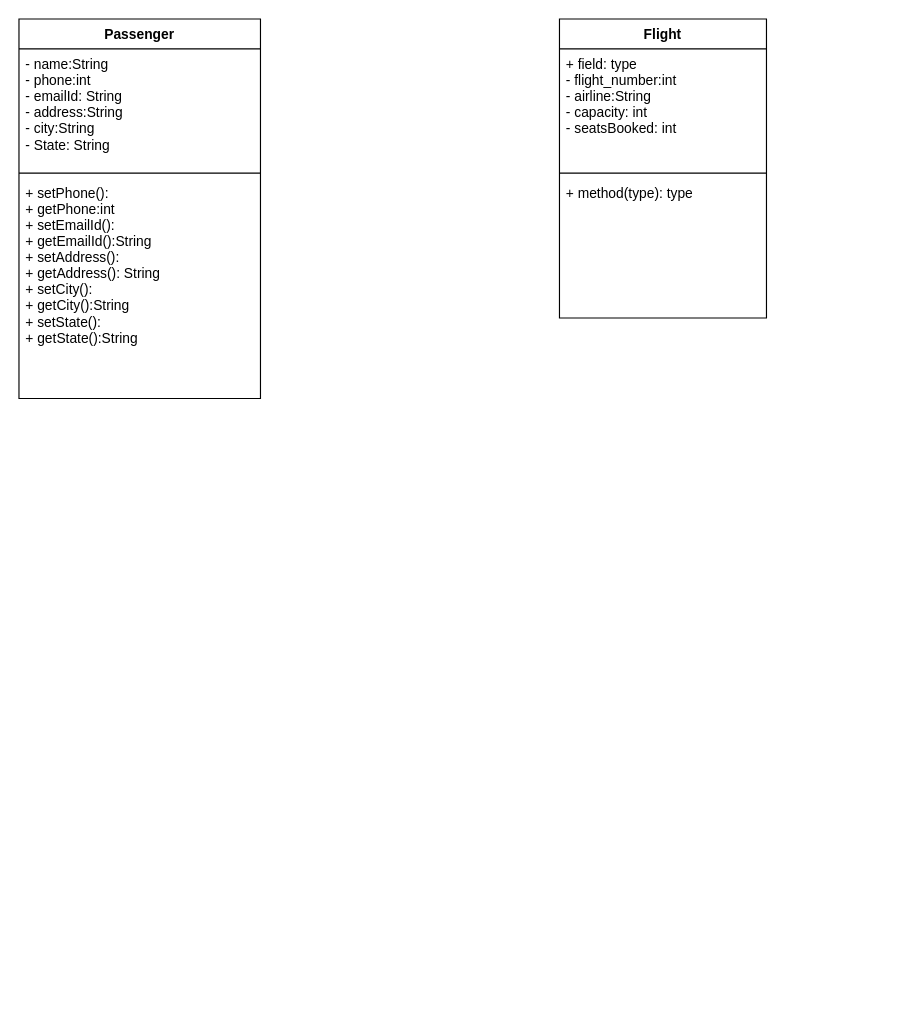
This is FRS.drawio from dhirendralive9/Flight-Reservation-System, a draw.io file, before an edit. Source tidied: cells renumbered, new cells numbered last; positions are measured from the earlier drawing's top-left corner, leaving out a move shared by most shapes. Both pictures are drawn from the tidied source at 115%, with x=0, y=0 at pixel (18, 18).
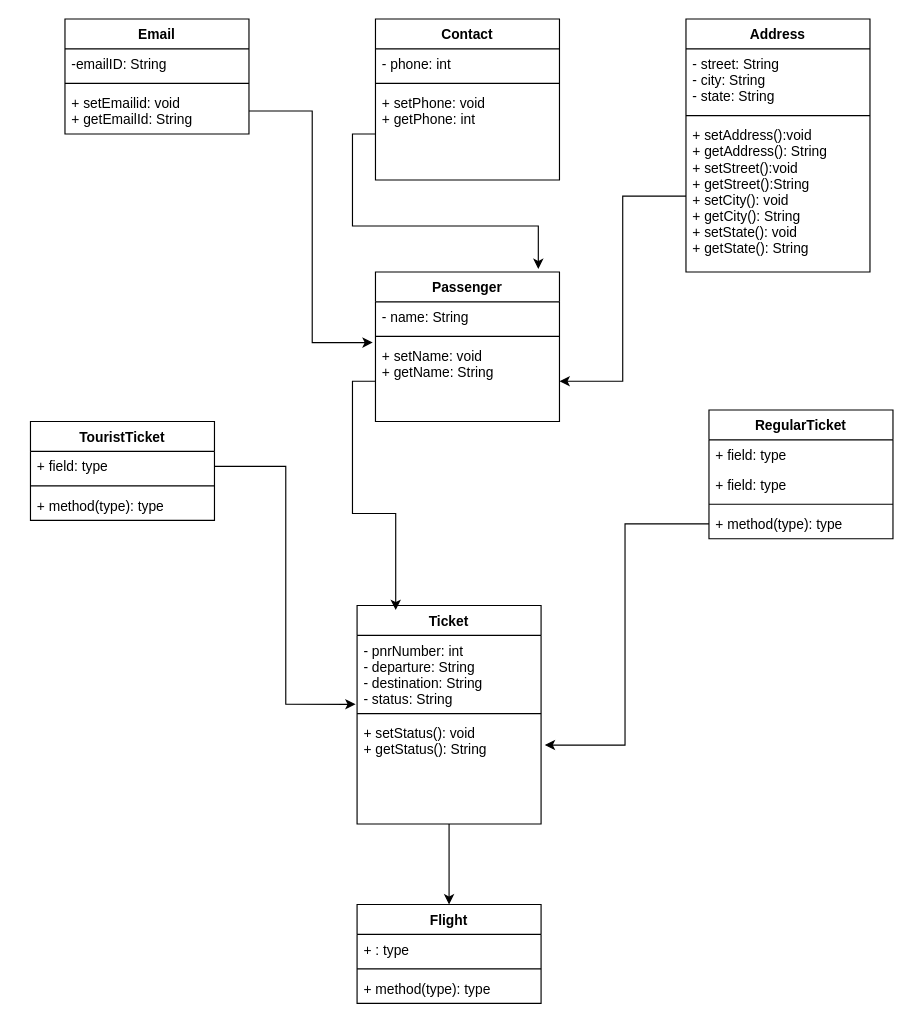
After the change.

What changed in the source:
```diff
@@
-    <mxCell id="2" value="Passenger" style="swimlane;fontStyle=1;align=center;verticalAlign=top;horizontal=1;startSize=26;strokeColor=default;" parent="1" vertex="1">
-      <mxGeometry width="210" height="330" as="geometry" />
+    <mxCell id="2" value="Passenger" style="swimlane;fontStyle=1;align=center;verticalAlign=top;horizontal=1;startSize=26;" parent="1" vertex="1">
+      <mxGeometry x="310" y="220" width="160" height="130" as="geometry" />
     </mxCell>
-    <mxCell id="3" value="- name:String&#10;- phone:int&#10;- emailId: String&#10;- address:String&#10;- city:String&#10;- State: String&#10;" style="text;strokeColor=none;fillColor=none;align=left;verticalAlign=top;spacingLeft=4;spacingRight=4;overflow=hidden;" parent="2" vertex="1">
-      <mxGeometry y="26" width="210" height="104" as="geometry" />
-    </mxCell>
-    <mxCell id="4" style="line;strokeWidth=1;fillColor=none;align=left;verticalAlign=middle;spacingTop=-1;spacingLeft=3;spacingRight=3;labelPosition=right;" parent="2" vertex="1">
-      <mxGeometry y="130" width="210" height="8" as="geometry" />
-    </mxCell>
-    <mxCell id="5" value="+ setPhone():&#10;+ getPhone:int&#10;+ setEmailId():&#10;+ getEmailId():String&#10;+ setAddress():&#10;+ getAddress(): String&#10;+ setCity():&#10;+ getCity():String&#10;+ setState():&#10;+ getState():String&#10;&#10;&#10;&#10;" style="text;strokeColor=none;fillColor=none;align=left;verticalAlign=top;spacingLeft=4;spacingRight=4;overflow=hidden;" parent="2" vertex="1">
-      <mxGeometry y="138" width="210" height="192" as="geometry" />
-    </mxCell>
+    <mxCell id="10" value="- name: String" style="text;strokeColor=none;fillColor=none;align=left;verticalAlign=top;spacingLeft=4;spacingRight=4;overflow=hidden;" parent="2" vertex="1">
+      <mxGeometry y="26" width="160" height="26" as="geometry" />
+    </mxCell>
+    <mxCell id="11" style="line;strokeWidth=1;fillColor=none;align=left;verticalAlign=middle;spacingTop=-1;spacingLeft=3;spacingRight=3;labelPosition=right;" parent="2" vertex="1">
+      <mxGeometry y="52" width="160" height="8" as="geometry" />
+    </mxCell>
+    <mxCell id="12" value="+ setName: void&#10;+ getName: String&#10;" style="text;strokeColor=none;fillColor=none;align=left;verticalAlign=top;spacingLeft=4;spacingRight=4;overflow=hidden;points=[[0,0.5],[1,0.5]];portConstraint=eastwest;" parent="2" vertex="1">
+      <mxGeometry y="60" width="160" height="70" as="geometry" />
+    </mxCell>
+    <mxCell id="13" value="Contact" style="swimlane;fontStyle=1;align=center;verticalAlign=top;horizontal=1;startSize=26;" parent="1" vertex="1">
+      <mxGeometry x="310" width="160" height="140" as="geometry" />
+    </mxCell>
+    <mxCell id="14" value="- phone: int" style="text;strokeColor=none;fillColor=none;align=left;verticalAlign=top;spacingLeft=4;spacingRight=4;overflow=hidden;" parent="13" vertex="1">
+      <mxGeometry y="26" width="160" height="26" as="geometry" />
+    </mxCell>
+    <mxCell id="15" style="line;strokeWidth=1;fillColor=none;align=left;verticalAlign=middle;spacingTop=-1;spacingLeft=3;spacingRight=3;labelPosition=right;" parent="13" vertex="1">
+      <mxGeometry y="52" width="160" height="8" as="geometry" />
+    </mxCell>
+    <mxCell id="16" value="+ setPhone: void&#10;+ getPhone: int&#10;" style="text;strokeColor=none;fillColor=none;align=left;verticalAlign=top;spacingLeft=4;spacingRight=4;overflow=hidden;points=[[0,0.5],[1,0.5]];portConstraint=eastwest;" parent="13" vertex="1">
+      <mxGeometry y="60" width="160" height="80" as="geometry" />
+    </mxCell>
+    <mxCell id="17" value="Email" style="swimlane;fontStyle=1;align=center;verticalAlign=top;horizontal=1;startSize=26;" parent="1" vertex="1">
+      <mxGeometry x="40" width="160" height="100" as="geometry" />
+    </mxCell>
+    <mxCell id="18" value="-emailID: String" style="text;strokeColor=none;fillColor=none;align=left;verticalAlign=top;spacingLeft=4;spacingRight=4;overflow=hidden;" parent="17" vertex="1">
+      <mxGeometry y="26" width="160" height="26" as="geometry" />
+    </mxCell>
+    <mxCell id="19" style="line;strokeWidth=1;fillColor=none;align=left;verticalAlign=middle;spacingTop=-1;spacingLeft=3;spacingRight=3;labelPosition=right;" parent="17" vertex="1">
+      <mxGeometry y="52" width="160" height="8" as="geometry" />
+    </mxCell>
+    <mxCell id="20" value="+ setEmailid: void&#10;+ getEmailId: String" style="text;strokeColor=none;fillColor=none;align=left;verticalAlign=top;spacingLeft=4;spacingRight=4;overflow=hidden;points=[[0,0.5],[1,0.5]];portConstraint=eastwest;" parent="17" vertex="1">
+      <mxGeometry y="60" width="160" height="40" as="geometry" />
+    </mxCell>
-    <mxCell id="6" value="Flight" style="swimlane;fontStyle=1;align=center;verticalAlign=top;horizontal=1;startSize=26;strokeColor=default;" parent="1" vertex="1">
-      <mxGeometry x="470" width="180" height="260" as="geometry" />
+    <mxCell id="6" value="Flight" style="swimlane;fontStyle=1;align=center;verticalAlign=top;horizontal=1;startSize=26;" parent="1" vertex="1">
+      <mxGeometry x="294" y="770" width="160" height="86" as="geometry" />
     </mxCell>
-    <mxCell id="7" value="+ field: type&#10;- flight_number:int&#10;- airline:String&#10;- capacity: int&#10;- seatsBooked: int&#10;&#10;" style="text;strokeColor=none;fillColor=none;align=left;verticalAlign=top;spacingLeft=4;spacingRight=4;overflow=hidden;" parent="6" vertex="1">
-      <mxGeometry y="26" width="180" height="104" as="geometry" />
-    </mxCell>
-    <mxCell id="8" style="line;strokeWidth=1;fillColor=none;align=left;verticalAlign=middle;spacingTop=-1;spacingLeft=3;spacingRight=3;labelPosition=right;" parent="6" vertex="1">
-      <mxGeometry y="130" width="180" height="8" as="geometry" />
-    </mxCell>
-    <mxCell id="9" value="+ method(type): type&#10;" style="text;strokeColor=none;fillColor=none;align=left;verticalAlign=top;spacingLeft=4;spacingRight=4;overflow=hidden;" parent="6" vertex="1">
-      <mxGeometry y="138" width="180" height="122" as="geometry" />
-    </mxCell>
+    <mxCell id="21" value="+ : type" style="text;strokeColor=none;fillColor=none;align=left;verticalAlign=top;spacingLeft=4;spacingRight=4;overflow=hidden;" parent="6" vertex="1">
+      <mxGeometry y="26" width="160" height="26" as="geometry" />
+    </mxCell>
+    <mxCell id="22" style="line;strokeWidth=1;fillColor=none;align=left;verticalAlign=middle;spacingTop=-1;spacingLeft=3;spacingRight=3;labelPosition=right;" parent="6" vertex="1">
+      <mxGeometry y="52" width="160" height="8" as="geometry" />
+    </mxCell>
+    <mxCell id="23" value="+ method(type): type" style="text;strokeColor=none;fillColor=none;align=left;verticalAlign=top;spacingLeft=4;spacingRight=4;overflow=hidden;" parent="6" vertex="1">
+      <mxGeometry y="60" width="160" height="26" as="geometry" />
+    </mxCell>
+    <mxCell id="24" style="edgeStyle=orthogonalEdgeStyle;rounded=0;jettySize=auto;html=1;" parent="1" edge="1" source="25" target="6">
+      <mxGeometry relative="1" as="geometry" />
+    </mxCell>
+    <mxCell id="25" value="Ticket" style="swimlane;fontStyle=1;align=center;verticalAlign=top;horizontal=1;startSize=26;" parent="1" vertex="1">
+      <mxGeometry x="294" y="510" width="160" height="190" as="geometry" />
+    </mxCell>
+    <mxCell id="26" value="- pnrNumber: int&#10;- departure: String&#10;- destination: String&#10;- status: String&#10;" style="text;strokeColor=none;fillColor=none;align=left;verticalAlign=top;spacingLeft=4;spacingRight=4;overflow=hidden;" parent="25" vertex="1">
+      <mxGeometry y="26" width="160" height="64" as="geometry" />
+    </mxCell>
+    <mxCell id="27" style="line;strokeWidth=1;fillColor=none;align=left;verticalAlign=middle;spacingTop=-1;spacingLeft=3;spacingRight=3;labelPosition=right;" parent="25" vertex="1">
+      <mxGeometry y="90" width="160" height="8" as="geometry" />
+    </mxCell>
+    <mxCell id="28" value="+ setStatus(): void&#10;+ getStatus(): String&#10;&#10;&#10;" style="text;strokeColor=none;fillColor=none;align=left;verticalAlign=top;spacingLeft=4;spacingRight=4;overflow=hidden;points=[[0,0.5],[1,0.5]];portConstraint=eastwest;" parent="25" vertex="1">
+      <mxGeometry y="98" width="160" height="92" as="geometry" />
+    </mxCell>
+    <mxCell id="29" value="RegularTicket" style="swimlane;fontStyle=1;align=center;verticalAlign=top;horizontal=1;startSize=26;" parent="1" vertex="1">
+      <mxGeometry x="600" y="340" width="160" height="112" as="geometry" />
+    </mxCell>
+    <mxCell id="30" value="+ field: type" style="text;strokeColor=none;fillColor=none;align=left;verticalAlign=top;spacingLeft=4;spacingRight=4;overflow=hidden;" parent="29" vertex="1">
+      <mxGeometry y="26" width="160" height="26" as="geometry" />
+    </mxCell>
+    <mxCell id="31" value="+ field: type" style="text;strokeColor=none;fillColor=none;align=left;verticalAlign=top;spacingLeft=4;spacingRight=4;overflow=hidden;" parent="29" vertex="1">
+      <mxGeometry y="52" width="160" height="26" as="geometry" />
+    </mxCell>
+    <mxCell id="32" style="line;strokeWidth=1;fillColor=none;align=left;verticalAlign=middle;spacingTop=-1;spacingLeft=3;spacingRight=3;labelPosition=right;" parent="29" vertex="1">
+      <mxGeometry y="78" width="160" height="8" as="geometry" />
+    </mxCell>
+    <mxCell id="33" value="+ method(type): type" style="text;strokeColor=none;fillColor=none;align=left;verticalAlign=top;spacingLeft=4;spacingRight=4;overflow=hidden;points=[[0,0.5],[1,0.5]];portConstraint=eastwest;" parent="29" vertex="1">
+      <mxGeometry y="86" width="160" height="26" as="geometry" />
+    </mxCell>
+    <mxCell id="34" value="TouristTicket" style="swimlane;fontStyle=1;align=center;verticalAlign=top;horizontal=1;startSize=26;" parent="1" vertex="1">
+      <mxGeometry x="10" y="350" width="160" height="86" as="geometry" />
+    </mxCell>
+    <mxCell id="35" value="+ field: type" style="text;strokeColor=none;fillColor=none;align=left;verticalAlign=top;spacingLeft=4;spacingRight=4;overflow=hidden;points=[[0,0.5],[1,0.5]];portConstraint=eastwest;" parent="34" vertex="1">
+      <mxGeometry y="26" width="160" height="26" as="geometry" />
+    </mxCell>
+    <mxCell id="36" style="line;strokeWidth=1;fillColor=none;align=left;verticalAlign=middle;spacingTop=-1;spacingLeft=3;spacingRight=3;labelPosition=right;" parent="34" vertex="1">
+      <mxGeometry y="52" width="160" height="8" as="geometry" />
+    </mxCell>
+    <mxCell id="37" value="+ method(type): type" style="text;strokeColor=none;fillColor=none;align=left;verticalAlign=top;spacingLeft=4;spacingRight=4;overflow=hidden;" parent="34" vertex="1">
+      <mxGeometry y="60" width="160" height="26" as="geometry" />
+    </mxCell>
+    <mxCell id="38" value="Address" style="swimlane;fontStyle=1;align=center;verticalAlign=top;horizontal=1;startSize=26;" parent="1" vertex="1">
+      <mxGeometry x="580" width="160" height="220" as="geometry" />
+    </mxCell>
+    <mxCell id="39" value="- street: String&#10;- city: String&#10;- state: String&#10;" style="text;strokeColor=none;fillColor=none;align=left;verticalAlign=top;spacingLeft=4;spacingRight=4;overflow=hidden;" parent="38" vertex="1">
+      <mxGeometry y="26" width="160" height="54" as="geometry" />
+    </mxCell>
+    <mxCell id="40" style="line;strokeWidth=1;fillColor=none;align=left;verticalAlign=middle;spacingTop=-1;spacingLeft=3;spacingRight=3;labelPosition=right;" parent="38" vertex="1">
+      <mxGeometry y="80" width="160" height="8" as="geometry" />
+    </mxCell>
+    <mxCell id="41" value="+ setAddress():void&#10;+ getAddress(): String&#10;+ setStreet():void&#10;+ getStreet():String&#10;+ setCity(): void&#10;+ getCity(): String&#10;+ setState(): void&#10;+ getState(): String " style="text;strokeColor=none;fillColor=none;align=left;verticalAlign=top;spacingLeft=4;spacingRight=4;overflow=hidden;points=[[0,0.5],[1,0.5]];portConstraint=eastwest;" parent="38" vertex="1">
+      <mxGeometry y="88" width="160" height="132" as="geometry" />
+    </mxCell>
+    <mxCell id="42" style="edgeStyle=orthogonalEdgeStyle;rounded=0;jettySize=auto;html=1;entryX=0.885;entryY=-0.02;entryDx=0;entryDy=0;entryPerimeter=0;" parent="1" edge="1" source="16" target="2">
+      <mxGeometry relative="1" as="geometry" />
+    </mxCell>
+    <mxCell id="43" style="edgeStyle=orthogonalEdgeStyle;rounded=0;jettySize=auto;html=1;entryX=-0.015;entryY=0.02;entryDx=0;entryDy=0;entryPerimeter=0;" parent="1" edge="1" source="20" target="12">
+      <mxGeometry relative="1" as="geometry" />
+    </mxCell>
+    <mxCell id="44" style="edgeStyle=orthogonalEdgeStyle;rounded=0;jettySize=auto;html=1;" parent="1" edge="1" source="41" target="12">
+      <mxGeometry relative="1" as="geometry" />
+    </mxCell>
+    <mxCell id="45" style="edgeStyle=orthogonalEdgeStyle;rounded=0;jettySize=auto;html=1;entryX=-0.008;entryY=-0.131;entryDx=0;entryDy=0;entryPerimeter=0;" parent="1" edge="1" source="35" target="28">
+      <mxGeometry relative="1" as="geometry" />
+    </mxCell>
+    <mxCell id="46" style="edgeStyle=orthogonalEdgeStyle;rounded=0;jettySize=auto;html=1;entryX=1.02;entryY=0.254;entryDx=0;entryDy=0;entryPerimeter=0;" parent="1" edge="1" source="33" target="28">
+      <mxGeometry relative="1" as="geometry" />
+    </mxCell>
+    <mxCell id="47" style="edgeStyle=orthogonalEdgeStyle;rounded=0;jettySize=auto;html=1;entryX=0.21;entryY=0.021;entryDx=0;entryDy=0;entryPerimeter=0;" parent="1" edge="1" source="12" target="25">
+      <mxGeometry relative="1" as="geometry" />
+    </mxCell>
```
